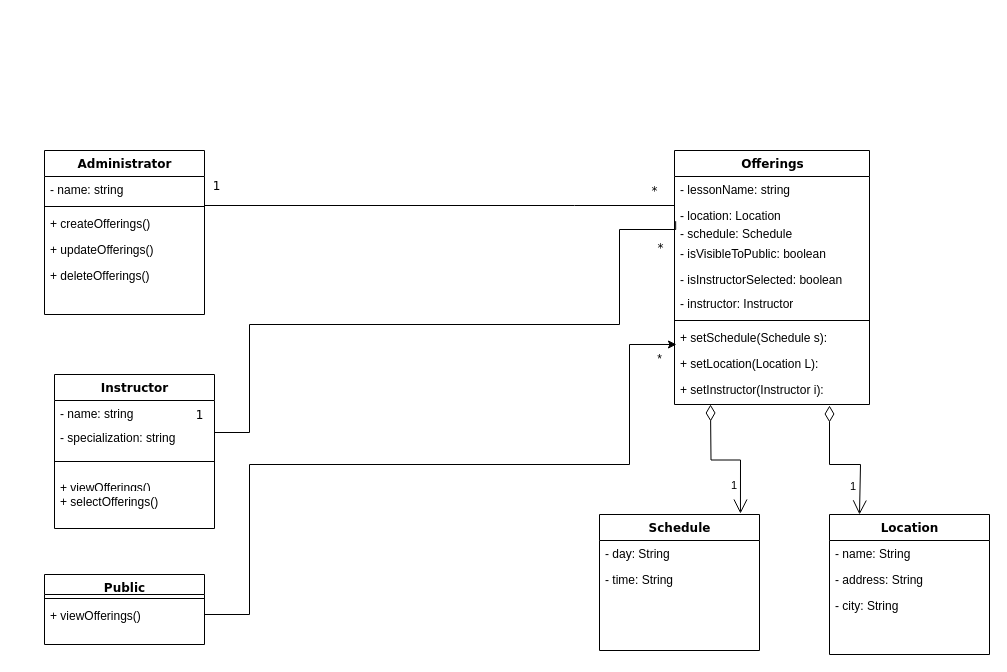
This is iteration 2/Untitled Diagram.drawio from codedsami/SOEN-342-Project, a draw.io file, before an edit. Source tidied: cells renumbered, new cells numbered last; positions are measured from the earlier drawing's top-left corner, leaving out a move shared by most shapes. Both pictures are drawn from the tidied source at 100%, with x=0, y=0 at pixel (44, 150).
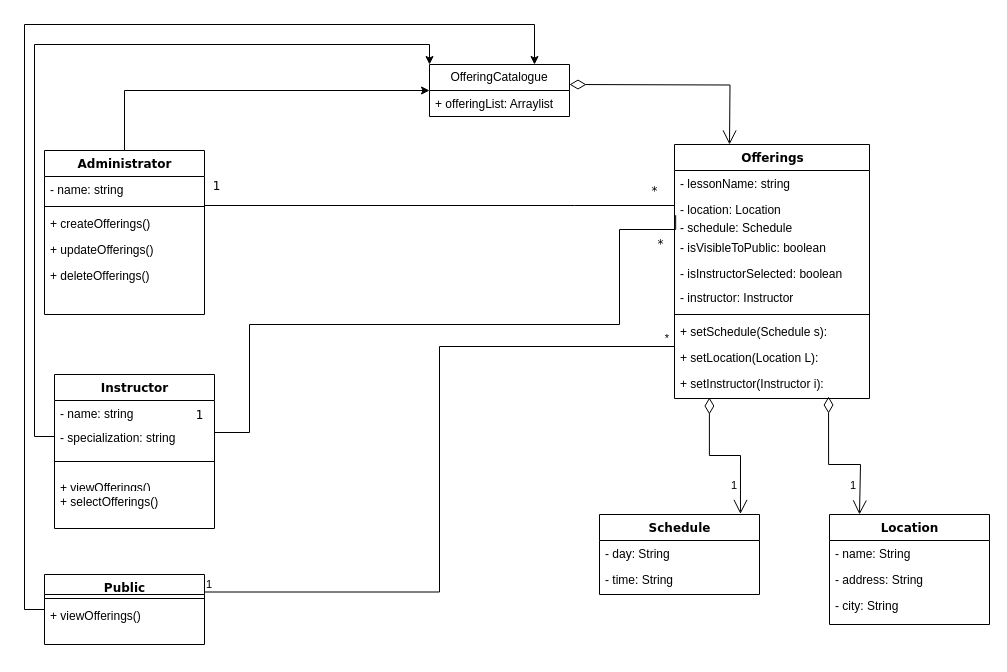
The same page after the edit.

The change refers to these unchanged cells:
```xml
<mxCell id="2" value="Administrator" style="swimlane;html=1;fontStyle=1;align=center;verticalAlign=top;horizontal=1;startSize=26;swimlaneFillColor=#ffffff;rounded=0;shadow=0;comic=0;labelBackgroundColor=none;strokeWidth=1;fillColor=none;fontFamily=Verdana;fontSize=12;" parent="1" vertex="1">
  <mxGeometry width="160" height="164" as="geometry" />
</mxCell>
<mxCell id="13" value="- location: Location" style="text;html=1;strokeColor=none;fillColor=none;align=left;verticalAlign=top;spacingLeft=4;spacingRight=4;whiteSpace=wrap;overflow=hidden;points=[[0,0.5],[1,0.5]];portConstraint=eastwest;" parent="11" vertex="1">
  <mxGeometry y="52" width="195" height="18" as="geometry" />
</mxCell>
<mxCell id="19" value="+ setSchedule(Schedule s): " style="text;html=1;strokeColor=none;fillColor=none;align=left;verticalAlign=top;spacingLeft=4;spacingRight=4;whiteSpace=wrap;overflow=hidden;points=[[0,0.5],[1,0.5]];portConstraint=eastwest;" parent="11" vertex="1">
  <mxGeometry y="174" width="195" height="26" as="geometry" />
</mxCell>
<mxCell id="20" value="+ setLocation(Location L): " style="text;html=1;strokeColor=none;fillColor=none;align=left;verticalAlign=top;spacingLeft=4;spacingRight=4;whiteSpace=wrap;overflow=hidden;points=[[0,0.5],[1,0.5]];portConstraint=eastwest;" parent="11" vertex="1">
  <mxGeometry y="200" width="195" height="26" as="geometry" />
</mxCell>
<mxCell id="21" value="+ setInstructor(Instructor i): " style="text;html=1;strokeColor=none;fillColor=none;align=left;verticalAlign=top;spacingLeft=4;spacingRight=4;whiteSpace=wrap;overflow=hidden;points=[[0,0.5],[1,0.5]];portConstraint=eastwest;" parent="11" vertex="1">
  <mxGeometry y="226" width="195" height="26" as="geometry" />
</mxCell>
<mxCell id="24" value="- specialization: string" style="text;html=1;strokeColor=none;fillColor=none;align=left;verticalAlign=top;spacingLeft=4;spacingRight=4;whiteSpace=wrap;overflow=hidden;points=[[0,0.5],[1,0.5]];portConstraint=eastwest;" parent="22" vertex="1">
  <mxGeometry y="50" width="160" height="24" as="geometry" />
</mxCell>
<mxCell id="26" value="+ viewOfferings()" style="text;html=1;strokeColor=none;fillColor=none;align=left;verticalAlign=top;spacingLeft=4;spacingRight=4;whiteSpace=wrap;overflow=hidden;points=[[0,0.5],[1,0.5]];portConstraint=eastwest;" parent="22" vertex="1">
  <mxGeometry y="100" width="160" height="14" as="geometry" />
</mxCell>
<mxCell id="31" value="Public" style="swimlane;html=1;fontStyle=1;align=center;verticalAlign=top;horizontal=1;startSize=20;swimlaneFillColor=#ffffff;rounded=0;shadow=0;comic=0;labelBackgroundColor=none;strokeWidth=1;fillColor=none;fontFamily=Verdana;fontSize=12;" parent="1" vertex="1">
  <mxGeometry y="424" width="160" height="70" as="geometry" />
</mxCell>
```

Diff of the diagram source:
```diff
@@
+    <mxCell id="45" style="edgeStyle=orthogonalEdgeStyle;rounded=0;jettySize=auto;html=1;exitX=0.5;exitY=0;exitDx=0;exitDy=0;entryX=0;entryY=0.5;entryDx=0;entryDy=0;" parent="1" edge="1" source="2" target="47">
+      <mxGeometry relative="1" as="geometry" />
+    </mxCell>
@@
     <mxCell id="11" value="Offerings" style="swimlane;html=1;fontStyle=1;align=center;verticalAlign=top;horizontal=1;startSize=26;swimlaneFillColor=#ffffff;rounded=0;shadow=0;comic=0;labelBackgroundColor=none;strokeWidth=1;fillColor=none;fontFamily=Verdana;fontSize=12;" parent="1" vertex="1">
-      <mxGeometry x="630" width="195" height="254" as="geometry" />
+      <mxGeometry x="630" y="-6" width="195" height="254" as="geometry" />
     </mxCell>
@@
     <mxCell id="28" style="edgeStyle=orthogonalEdgeStyle;rounded=0;html=1;labelBackgroundColor=none;startArrow=none;startFill=0;startSize=8;endArrow=none;endFill=0;endSize=16;fontFamily=Verdana;fontSize=12;entryX=1;entryY=-0.077;entryDx=0;entryDy=0;entryPerimeter=0;exitX=0.006;exitY=1.038;exitDx=0;exitDy=0;exitPerimeter=0;" parent="1" edge="1" source="13" target="26">
       <mxGeometry relative="1" as="geometry">
         <Array as="points">
+          <mxPoint x="631" y="79" />
           <mxPoint x="575" y="79" />
           <mxPoint x="575" y="174" />
           <mxPoint x="205" y="174" />
           <mxPoint x="205" y="282" />
+          <mxPoint x="170" y="282" />
         </Array>
       </mxGeometry>
     </mxCell>
@@
+    <mxCell id="46" style="edgeStyle=orthogonalEdgeStyle;rounded=0;jettySize=auto;html=1;exitX=0;exitY=0.5;exitDx=0;exitDy=0;entryX=0.75;entryY=0;entryDx=0;entryDy=0;" parent="1" edge="1" source="31" target="47">
+      <mxGeometry relative="1" as="geometry">
+        <Array as="points">
+          <mxPoint x="-20" y="459" />
+          <mxPoint x="-20" y="-126" />
+          <mxPoint x="490" y="-126" />
+        </Array>
+      </mxGeometry>
+    </mxCell>
@@
-    <mxCell id="34" style="endArrow=classic;html=1;rounded=0;exitX=1;exitY=0.5;exitDx=0;exitDy=0;edgeStyle=orthogonalEdgeStyle;entryX=0.01;entryY=0.769;entryDx=0;entryDy=0;entryPerimeter=0;" parent="1" edge="1" target="19">
-      <mxGeometry relative="1" as="geometry">
-        <mxPoint x="160" y="464" as="sourcePoint" />
-        <Array as="points">
-          <mxPoint x="205" y="464" />
-          <mxPoint x="205" y="314" />
-          <mxPoint x="585" y="314" />
-          <mxPoint x="585" y="194" />
-        </Array>
-      </mxGeometry>
-    </mxCell>
-    <mxCell id="35" value="*" style="text;html=1;align=center;verticalAlign=middle;strokeColor=none;fillColor=none;" parent="1" vertex="1">
-      <mxGeometry x="600" y="194" width="30" height="30" as="geometry" />
-    </mxCell>
     <mxCell id="36" value="Schedule" style="swimlane;html=1;fontStyle=1;align=center;verticalAlign=top;horizontal=1;startSize=26;swimlaneFillColor=#ffffff;rounded=0;shadow=0;comic=0;labelBackgroundColor=none;strokeWidth=1;fillColor=none;fontFamily=Verdana;fontSize=12;" parent="1" vertex="1">
-      <mxGeometry x="555" y="364" width="160" height="136" as="geometry" />
+      <mxGeometry x="555" y="364" width="160" height="80" as="geometry" />
     </mxCell>
@@
-    <mxCell id="39" value="1" style="endArrow=open;html=1;endSize=12;startArrow=diamondThin;startSize=14;startFill=0;edgeStyle=orthogonalEdgeStyle;align=left;verticalAlign=bottom;rounded=0;entryX=0.881;entryY=-0.007;entryDx=0;entryDy=0;entryPerimeter=0;" parent="1" edge="1" target="36">
-      <mxGeometry x="0.73" y="-11" relative="1" as="geometry">
-        <mxPoint x="666" y="254" as="sourcePoint" />
-      </mxGeometry>
+    <mxCell id="39" value="1" style="endArrow=open;html=1;endSize=12;startArrow=diamondThin;startSize=14;startFill=0;edgeStyle=orthogonalEdgeStyle;align=left;verticalAlign=bottom;rounded=0;entryX=0.881;entryY=-0.007;entryDx=0;entryDy=0;entryPerimeter=0;exitX=0.179;exitY=1.038;exitDx=0;exitDy=0;exitPerimeter=0;" parent="1" edge="1" source="21" target="36">
+      <mxGeometry x="0.73" y="-11" relative="1" as="geometry" />
     </mxCell>
     <mxCell id="40" value="Location" style="swimlane;html=1;fontStyle=1;align=center;verticalAlign=top;horizontal=1;startSize=26;swimlaneFillColor=#ffffff;rounded=0;shadow=0;comic=0;labelBackgroundColor=none;strokeWidth=1;fillColor=none;fontFamily=Verdana;fontSize=12;" parent="1" vertex="1">
-      <mxGeometry x="785" y="364" width="160" height="140" as="geometry" />
+      <mxGeometry x="785" y="364" width="160" height="110" as="geometry" />
     </mxCell>
@@
-    <mxCell id="44" value="1" style="endArrow=open;html=1;endSize=12;startArrow=diamondThin;startSize=14;startFill=0;edgeStyle=orthogonalEdgeStyle;align=left;verticalAlign=bottom;rounded=0;entryX=0.881;entryY=-0.007;entryDx=0;entryDy=0;entryPerimeter=0;" parent="1" edge="1">
+    <mxCell id="44" value="1" style="endArrow=open;html=1;endSize=12;startArrow=diamondThin;startSize=14;startFill=0;edgeStyle=orthogonalEdgeStyle;align=left;verticalAlign=bottom;rounded=0;entryX=0.881;entryY=-0.007;entryDx=0;entryDy=0;entryPerimeter=0;exitX=0.79;exitY=1;exitDx=0;exitDy=0;exitPerimeter=0;" parent="1" edge="1" source="21">
       <mxGeometry x="0.73" y="-11" relative="1" as="geometry">
-        <mxPoint x="785" y="255" as="sourcePoint" />
         <mxPoint x="815" y="364" as="targetPoint" />
         <Array as="points">
-          <mxPoint x="785" y="314" />
+          <mxPoint x="784" y="314" />
           <mxPoint x="816" y="314" />
         </Array>
       </mxGeometry>
     </mxCell>
+    <mxCell id="47" value="OfferingCatalogue" style="swimlane;fontStyle=0;horizontal=1;startSize=26;fillColor=none;whiteSpace=wrap;html=1;" parent="1" vertex="1">
+      <mxGeometry x="385" y="-86" width="140" height="52" as="geometry" />
+    </mxCell>
+    <mxCell id="48" value="+ offeringList: Arraylist" style="text;strokeColor=none;fillColor=none;align=left;verticalAlign=top;spacingLeft=4;spacingRight=4;overflow=hidden;whiteSpace=wrap;html=1;" parent="47" vertex="1">
+      <mxGeometry y="26" width="140" height="26" as="geometry" />
+    </mxCell>
+    <mxCell id="49" style="endArrow=open;html=1;endSize=12;startArrow=diamondThin;startSize=14;startFill=0;edgeStyle=orthogonalEdgeStyle;align=left;verticalAlign=bottom;rounded=0;" parent="1" edge="1">
+      <mxGeometry x="-1" y="3" relative="1" as="geometry">
+        <mxPoint x="525" y="-66" as="sourcePoint" />
+        <mxPoint x="685" y="-6" as="targetPoint" />
+      </mxGeometry>
+    </mxCell>
+    <mxCell id="50" style="edgeStyle=orthogonalEdgeStyle;rounded=0;jettySize=auto;html=1;exitX=0;exitY=0.5;exitDx=0;exitDy=0;entryX=0;entryY=0;entryDx=0;entryDy=0;" parent="1" edge="1" source="24" target="47">
+      <mxGeometry relative="1" as="geometry" />
+    </mxCell>
+    <mxCell id="51" style="endArrow=none;html=1;edgeStyle=orthogonalEdgeStyle;rounded=0;exitX=1;exitY=0.25;exitDx=0;exitDy=0;entryX=0;entryY=0.077;entryDx=0;entryDy=0;entryPerimeter=0;" parent="1" edge="1" source="31" target="20">
+      <mxGeometry relative="1" as="geometry" />
+    </mxCell>
+    <mxCell id="52" value="1" style="edgeLabel;html=1;align=left;verticalAlign=bottom;" parent="51" vertex="1">
+      <mxGeometry x="-1" relative="1" as="geometry" />
+    </mxCell>
+    <mxCell id="35" value="*" style="edgeLabel;html=1;align=right;verticalAlign=bottom;" parent="51" vertex="1">
+      <mxGeometry x="1" relative="1" as="geometry">
+        <mxPoint x="-5" as="offset" />
+      </mxGeometry>
+    </mxCell>
```
